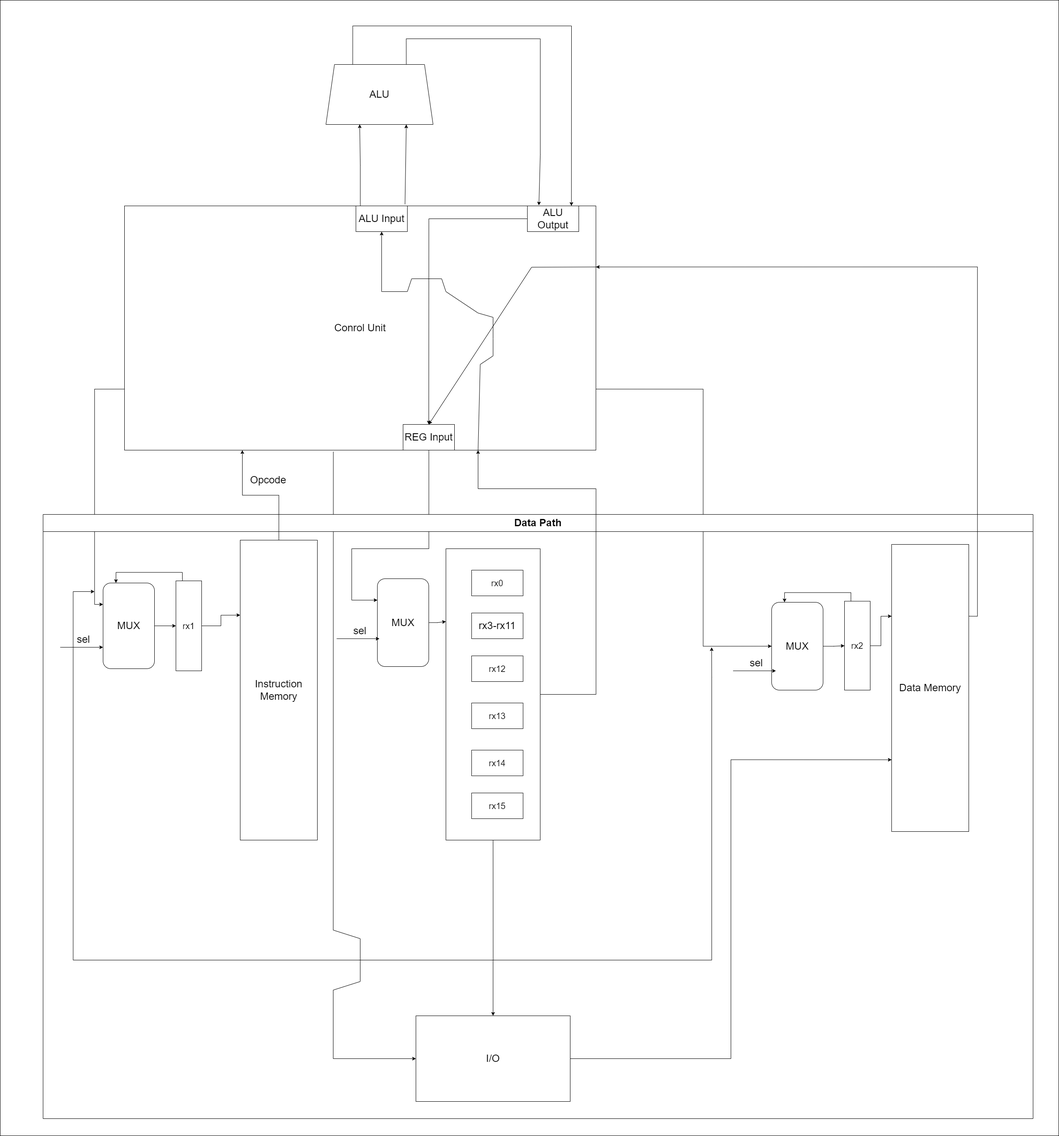
1MikhailStepanov1/Computer-Science-Architecture-lab3 keeps this draw.io diagram as proc.png. Above is the earlier version. Source tidied: cells renumbered, new cells last; positions are measured from the earlier drawing's top-left corner, leaving out a move shared by most shapes. Source of this version:
```xml
<mxGraphModel>
  <root>
    <mxCell id="0" />
    <mxCell id="1" parent="0" />
    <mxCell id="2" style="rounded=0;whiteSpace=wrap;html=1;fontSize=24;" parent="1" vertex="1">
      <mxGeometry width="2470" height="2650" as="geometry" />
    </mxCell>
    <mxCell id="3" style="rounded=0;jettySize=auto;html=1;entryX=0;entryY=0.5;entryDx=0;entryDy=0;fontSize=24;exitX=0.443;exitY=1.006;exitDx=0;exitDy=0;exitPerimeter=0;" parent="1" edge="1" source="4" target="33">
      <mxGeometry relative="1" as="geometry">
        <Array as="points">
          <mxPoint x="777" y="2170" />
          <mxPoint x="840" y="2190" />
          <mxPoint x="840" y="2290" />
          <mxPoint x="777" y="2310" />
          <mxPoint x="777" y="2470" />
        </Array>
      </mxGeometry>
    </mxCell>
    <mxCell id="4" value="&lt;font style=&quot;font-size: 24px;&quot;&gt;Conrol Unit&lt;/font&gt;" style="rounded=0;whiteSpace=wrap;html=1;" parent="1" vertex="1">
      <mxGeometry x="290" y="480" width="1100" height="570" as="geometry" />
    </mxCell>
    <mxCell id="5" style="edgeStyle=orthogonalEdgeStyle;rounded=0;jettySize=auto;html=1;entryX=0;entryY=0.25;entryDx=0;entryDy=0;fontSize=24;exitX=0;exitY=0.75;exitDx=0;exitDy=0;" parent="1" edge="1" source="4" target="17">
      <mxGeometry relative="1" as="geometry" />
    </mxCell>
    <mxCell id="6" style="edgeStyle=orthogonalEdgeStyle;rounded=0;jettySize=auto;html=1;fontSize=24;exitX=1;exitY=0.75;exitDx=0;exitDy=0;entryX=0;entryY=0.5;entryDx=0;entryDy=0;" parent="1" edge="1" source="4" target="24">
      <mxGeometry relative="1" as="geometry">
        <Array as="points">
          <mxPoint x="1640" y="907" />
          <mxPoint x="1640" y="1507" />
        </Array>
      </mxGeometry>
    </mxCell>
    <mxCell id="7" style="edgeStyle=orthogonalEdgeStyle;rounded=0;jettySize=auto;html=1;fontSize=24;entryX=0;entryY=0.25;entryDx=0;entryDy=0;" parent="1" edge="1" source="4" target="37">
      <mxGeometry relative="1" as="geometry">
        <Array as="points">
          <mxPoint x="1000" y="1280" />
          <mxPoint x="820" y="1280" />
          <mxPoint x="820" y="1400" />
          <mxPoint x="880" y="1400" />
        </Array>
      </mxGeometry>
    </mxCell>
    <mxCell id="8" style="edgeStyle=orthogonalEdgeStyle;rounded=0;jettySize=auto;html=1;entryX=0.315;entryY=0.998;entryDx=0;entryDy=0;entryPerimeter=0;fontSize=24;" parent="1" edge="1" source="4" target="48">
      <mxGeometry relative="1" as="geometry" />
    </mxCell>
    <mxCell id="9" value="Data Path" style="swimlane;whiteSpace=wrap;html=1;fontSize=24;startSize=40;" parent="1" vertex="1">
      <mxGeometry x="100" y="1200" width="2310" height="1410" as="geometry" />
    </mxCell>
    <mxCell id="10" style="rounded=0;whiteSpace=wrap;html=1;fontSize=24;" parent="9" vertex="1">
      <mxGeometry x="940" y="80" width="220" height="680" as="geometry" />
    </mxCell>
    <mxCell id="11" value="Instruction Memory" style="rounded=0;whiteSpace=wrap;html=1;fontSize=24;" parent="9" vertex="1">
      <mxGeometry x="460" y="60" width="180" height="700" as="geometry" />
    </mxCell>
    <mxCell id="12" value="Data Memory" style="rounded=0;whiteSpace=wrap;html=1;fontSize=24;" parent="9" vertex="1">
      <mxGeometry x="1980" y="70" width="180" height="670" as="geometry" />
    </mxCell>
    <mxCell id="13" style="edgeStyle=orthogonalEdgeStyle;rounded=0;jettySize=auto;html=1;entryX=0;entryY=0.25;entryDx=0;entryDy=0;fontSize=24;" parent="9" edge="1" source="15" target="11">
      <mxGeometry relative="1" as="geometry" />
    </mxCell>
    <mxCell id="14" style="edgeStyle=orthogonalEdgeStyle;rounded=0;jettySize=auto;html=1;entryX=0.25;entryY=0;entryDx=0;entryDy=0;fontSize=24;exitX=0.25;exitY=0;exitDx=0;exitDy=0;" parent="9" edge="1" source="15" target="17">
      <mxGeometry relative="1" as="geometry" />
    </mxCell>
    <mxCell id="15" value="rx1" style="rounded=0;whiteSpace=wrap;html=1;fontSize=20;" parent="9" vertex="1">
      <mxGeometry x="310" y="155" width="60" height="210" as="geometry" />
    </mxCell>
    <mxCell id="16" style="edgeStyle=orthogonalEdgeStyle;rounded=0;jettySize=auto;html=1;fontSize=24;" parent="9" edge="1" source="17" target="15">
      <mxGeometry relative="1" as="geometry" />
    </mxCell>
    <mxCell id="17" value="MUX" style="rounded=1;whiteSpace=wrap;html=1;fontSize=24;" parent="9" vertex="1">
      <mxGeometry x="140" y="160" width="120" height="200" as="geometry" />
    </mxCell>
    <mxCell id="18" style="endArrow=classic;html=1;rounded=0;fontSize=24;entryX=0;entryY=0.75;entryDx=0;entryDy=0;" parent="9" edge="1" target="17">
      <mxGeometry relative="1" as="geometry">
        <mxPoint x="40" y="310" as="sourcePoint" />
      </mxGeometry>
    </mxCell>
    <mxCell id="19" value="sel" style="edgeLabel;html=1;align=center;verticalAlign=middle;fontSize=24;" parent="18" vertex="1">
      <mxGeometry x="0.32" relative="1" as="geometry">
        <mxPoint x="-16" y="-20" as="offset" />
      </mxGeometry>
    </mxCell>
    <mxCell id="20" style="edgeStyle=orthogonalEdgeStyle;rounded=0;jettySize=auto;html=1;fontSize=24;entryX=0;entryY=0.25;entryDx=0;entryDy=0;" parent="9" edge="1" source="22" target="12">
      <mxGeometry relative="1" as="geometry" />
    </mxCell>
    <mxCell id="21" style="edgeStyle=orthogonalEdgeStyle;rounded=0;jettySize=auto;html=1;exitX=0.25;exitY=0;exitDx=0;exitDy=0;entryX=0.25;entryY=0;entryDx=0;entryDy=0;fontSize=24;" parent="9" edge="1" source="22" target="24">
      <mxGeometry relative="1" as="geometry" />
    </mxCell>
    <mxCell id="22" value="rx2" style="rounded=0;whiteSpace=wrap;html=1;fontSize=20;" parent="9" vertex="1">
      <mxGeometry x="1870" y="202.5" width="60" height="207.5" as="geometry" />
    </mxCell>
    <mxCell id="23" style="edgeStyle=orthogonalEdgeStyle;rounded=0;jettySize=auto;html=1;fontSize=24;" parent="9" edge="1" source="24" target="22">
      <mxGeometry relative="1" as="geometry" />
    </mxCell>
    <mxCell id="24" value="MUX" style="rounded=1;whiteSpace=wrap;html=1;fontSize=24;" parent="9" vertex="1">
      <mxGeometry x="1700" y="205" width="120" height="205" as="geometry" />
    </mxCell>
    <mxCell id="25" style="endArrow=classic;html=1;rounded=0;fontSize=24;entryX=0;entryY=0.75;entryDx=0;entryDy=0;" parent="9" edge="1">
      <mxGeometry relative="1" as="geometry">
        <mxPoint x="1610" y="365" as="sourcePoint" />
        <mxPoint x="1710" y="365" as="targetPoint" />
      </mxGeometry>
    </mxCell>
    <mxCell id="26" value="sel" style="edgeLabel;html=1;align=center;verticalAlign=middle;fontSize=24;" parent="25" vertex="1">
      <mxGeometry x="0.32" relative="1" as="geometry">
        <mxPoint x="-16" y="-20" as="offset" />
      </mxGeometry>
    </mxCell>
    <mxCell id="27" value="rx15" style="rounded=0;whiteSpace=wrap;html=1;fontSize=20;" parent="9" vertex="1">
      <mxGeometry x="1000" y="650" width="120" height="60" as="geometry" />
    </mxCell>
    <mxCell id="28" value="rx14" style="rounded=0;whiteSpace=wrap;html=1;fontSize=20;" parent="9" vertex="1">
      <mxGeometry x="1000" y="550" width="120" height="60" as="geometry" />
    </mxCell>
    <mxCell id="29" value="rx13" style="rounded=0;whiteSpace=wrap;html=1;fontSize=20;" parent="9" vertex="1">
      <mxGeometry x="1000" y="440" width="120" height="60" as="geometry" />
    </mxCell>
    <mxCell id="30" value="rx12" style="rounded=0;whiteSpace=wrap;html=1;fontSize=20;" parent="9" vertex="1">
      <mxGeometry x="1000" y="330" width="120" height="60" as="geometry" />
    </mxCell>
    <mxCell id="31" value="rx3-rx11" style="rounded=0;whiteSpace=wrap;html=1;fontSize=24;" parent="9" vertex="1">
      <mxGeometry x="1000" y="230" width="120" height="60" as="geometry" />
    </mxCell>
    <mxCell id="32" value="rx0" style="rounded=0;whiteSpace=wrap;html=1;fontSize=20;" parent="9" vertex="1">
      <mxGeometry x="1000" y="130" width="120" height="60" as="geometry" />
    </mxCell>
    <mxCell id="33" value="I/O" style="rounded=0;whiteSpace=wrap;html=1;fontSize=24;" parent="9" vertex="1">
      <mxGeometry x="870" y="1170" width="360" height="200" as="geometry" />
    </mxCell>
    <mxCell id="34" style="endArrow=classic;html=1;rounded=0;fontSize=24;entryX=0.5;entryY=0;entryDx=0;entryDy=0;" parent="9" edge="1" target="33">
      <mxGeometry relative="1" as="geometry">
        <mxPoint x="1050" y="1040" as="sourcePoint" />
      </mxGeometry>
    </mxCell>
    <mxCell id="35" style="edgeStyle=orthogonalEdgeStyle;rounded=0;jettySize=auto;html=1;fontSize=24;entryX=0;entryY=0.75;entryDx=0;entryDy=0;" parent="9" edge="1" source="33" target="12">
      <mxGeometry relative="1" as="geometry" />
    </mxCell>
    <mxCell id="36" style="edgeStyle=orthogonalEdgeStyle;rounded=0;jettySize=auto;html=1;fontSize=24;entryX=0;entryY=0.25;entryDx=0;entryDy=0;" parent="9" edge="1" source="37" target="10">
      <mxGeometry relative="1" as="geometry" />
    </mxCell>
    <mxCell id="37" value="MUX" style="rounded=1;whiteSpace=wrap;html=1;fontSize=24;" parent="9" vertex="1">
      <mxGeometry x="780" y="150" width="120" height="205" as="geometry" />
    </mxCell>
    <mxCell id="38" style="endArrow=classic;html=1;rounded=0;fontSize=24;entryX=0;entryY=0.75;entryDx=0;entryDy=0;" parent="9" edge="1">
      <mxGeometry relative="1" as="geometry">
        <mxPoint x="685" y="290" as="sourcePoint" />
        <mxPoint x="785" y="290" as="targetPoint" />
      </mxGeometry>
    </mxCell>
    <mxCell id="39" value="sel" style="edgeLabel;html=1;align=center;verticalAlign=middle;fontSize=24;" parent="38" vertex="1">
      <mxGeometry x="0.32" relative="1" as="geometry">
        <mxPoint x="-16" y="-20" as="offset" />
      </mxGeometry>
    </mxCell>
    <mxCell id="40" style="edgeStyle=orthogonalEdgeStyle;rounded=0;jettySize=auto;html=1;entryX=0.25;entryY=1;entryDx=0;entryDy=0;fontSize=24;" parent="1" edge="1" source="11" target="4">
      <mxGeometry relative="1" as="geometry" />
    </mxCell>
    <mxCell id="41" value="Opcode" style="text;html=1;align=center;verticalAlign=middle;strokeColor=none;fillColor=none;fontSize=24;" parent="1" vertex="1">
      <mxGeometry x="570" y="1100" width="110" height="40" as="geometry" />
    </mxCell>
    <mxCell id="42" style="edgeStyle=orthogonalEdgeStyle;rounded=0;jettySize=auto;html=1;entryX=1;entryY=0.25;entryDx=0;entryDy=0;fontSize=24;exitX=1;exitY=0.25;exitDx=0;exitDy=0;" parent="1" edge="1" source="12" target="4">
      <mxGeometry relative="1" as="geometry" />
    </mxCell>
    <mxCell id="43" style="edgeStyle=orthogonalEdgeStyle;rounded=0;jettySize=auto;html=1;fontSize=24;exitX=0.5;exitY=1;exitDx=0;exitDy=0;" parent="1" edge="1" source="10">
      <mxGeometry relative="1" as="geometry">
        <mxPoint x="220" y="1380" as="targetPoint" />
        <Array as="points">
          <mxPoint x="1200" y="2240" />
          <mxPoint x="170" y="2240" />
          <mxPoint x="170" y="1360" />
        </Array>
      </mxGeometry>
    </mxCell>
    <mxCell id="44" style="edgeStyle=orthogonalEdgeStyle;rounded=0;orthogonalLoop=1;jettySize=auto;html=1;fontSize=24;" parent="1" edge="1">
      <mxGeometry relative="1" as="geometry">
        <mxPoint x="1190" y="2240" as="sourcePoint" />
        <mxPoint x="1660" y="1510" as="targetPoint" />
        <Array as="points">
          <mxPoint x="1660" y="2240" />
          <mxPoint x="1660" y="1580" />
        </Array>
      </mxGeometry>
    </mxCell>
    <mxCell id="45" style="edgeStyle=orthogonalEdgeStyle;rounded=0;jettySize=auto;html=1;fontSize=24;entryX=0.75;entryY=1;entryDx=0;entryDy=0;exitX=1;exitY=0.5;exitDx=0;exitDy=0;" parent="1" edge="1" source="10" target="4">
      <mxGeometry relative="1" as="geometry">
        <Array as="points">
          <mxPoint x="1390" y="1620" />
          <mxPoint x="1390" y="1140" />
          <mxPoint x="1115" y="1140" />
        </Array>
      </mxGeometry>
    </mxCell>
    <mxCell id="46" style="edgeStyle=orthogonalEdgeStyle;rounded=0;jettySize=auto;html=1;entryX=0.879;entryY=-0.002;entryDx=0;entryDy=0;entryPerimeter=0;fontSize=24;exitX=0.75;exitY=0;exitDx=0;exitDy=0;" parent="1" edge="1" source="48" target="4">
      <mxGeometry relative="1" as="geometry">
        <Array as="points">
          <mxPoint x="948" y="90" />
          <mxPoint x="1260" y="90" />
          <mxPoint x="1260" y="360" />
          <mxPoint x="1257" y="360" />
        </Array>
      </mxGeometry>
    </mxCell>
    <mxCell id="47" style="edgeStyle=orthogonalEdgeStyle;rounded=0;jettySize=auto;html=1;exitX=0.25;exitY=0;exitDx=0;exitDy=0;entryX=0.948;entryY=0;entryDx=0;entryDy=0;entryPerimeter=0;fontSize=24;" parent="1" edge="1" source="48" target="4">
      <mxGeometry relative="1" as="geometry">
        <Array as="points">
          <mxPoint x="823" y="60" />
          <mxPoint x="1333" y="60" />
        </Array>
      </mxGeometry>
    </mxCell>
    <mxCell id="48" value="ALU" style="shape=trapezoid;perimeter=trapezoidPerimeter;whiteSpace=wrap;html=1;fixedSize=1;fontSize=24;" parent="1" vertex="1">
      <mxGeometry x="760" y="150" width="250" height="140" as="geometry" />
    </mxCell>
    <mxCell id="49" style="rounded=0;jettySize=auto;html=1;fontSize=24;entryX=0.75;entryY=1;entryDx=0;entryDy=0;exitX=0.595;exitY=-0.006;exitDx=0;exitDy=0;exitPerimeter=0;" parent="1" edge="1" source="4" target="48">
      <mxGeometry relative="1" as="geometry" />
    </mxCell>
    <mxCell id="50" value="ALU Input" style="rounded=0;whiteSpace=wrap;html=1;fontSize=24;" parent="1" vertex="1">
      <mxGeometry x="830" y="480" width="120" height="60" as="geometry" />
    </mxCell>
    <mxCell id="51" style="endArrow=classic;html=1;rounded=0;fontSize=24;entryX=0.5;entryY=1;entryDx=0;entryDy=0;exitX=0.75;exitY=1;exitDx=0;exitDy=0;elbow=vertical;" parent="1" edge="1" source="4" target="50">
      <mxGeometry relative="1" as="geometry">
        <Array as="points">
          <mxPoint x="1120" y="850" />
          <mxPoint x="1150" y="830" />
          <mxPoint x="1150" y="790" />
          <mxPoint x="1150" y="740" />
          <mxPoint x="1115" y="730" />
          <mxPoint x="1040" y="680" />
          <mxPoint x="1030" y="650" />
          <mxPoint x="960" y="650" />
          <mxPoint x="950" y="680" />
          <mxPoint x="890" y="680" />
        </Array>
      </mxGeometry>
    </mxCell>
    <mxCell id="52" value="REG Input" style="rounded=0;whiteSpace=wrap;html=1;fontSize=24;" parent="1" vertex="1">
      <mxGeometry x="940" y="990" width="120" height="60" as="geometry" />
    </mxCell>
    <mxCell id="53" style="edgeStyle=orthogonalEdgeStyle;rounded=0;jettySize=auto;html=1;entryX=0.5;entryY=0;entryDx=0;entryDy=0;fontSize=24;" parent="1" edge="1" source="54" target="52">
      <mxGeometry relative="1" as="geometry" />
    </mxCell>
    <mxCell id="54" value="ALU Output" style="rounded=0;whiteSpace=wrap;html=1;fontSize=24;" parent="1" vertex="1">
      <mxGeometry x="1230" y="480" width="120" height="60" as="geometry" />
    </mxCell>
    <mxCell id="55" style="endArrow=classic;html=1;rounded=0;fontSize=24;exitX=1;exitY=0.25;exitDx=0;exitDy=0;entryX=0.5;entryY=0;entryDx=0;entryDy=0;" parent="1" edge="1" source="4" target="52">
      <mxGeometry relative="1" as="geometry">
        <Array as="points">
          <mxPoint x="1240" y="623" />
        </Array>
      </mxGeometry>
    </mxCell>
  </root>
</mxGraphModel>
```
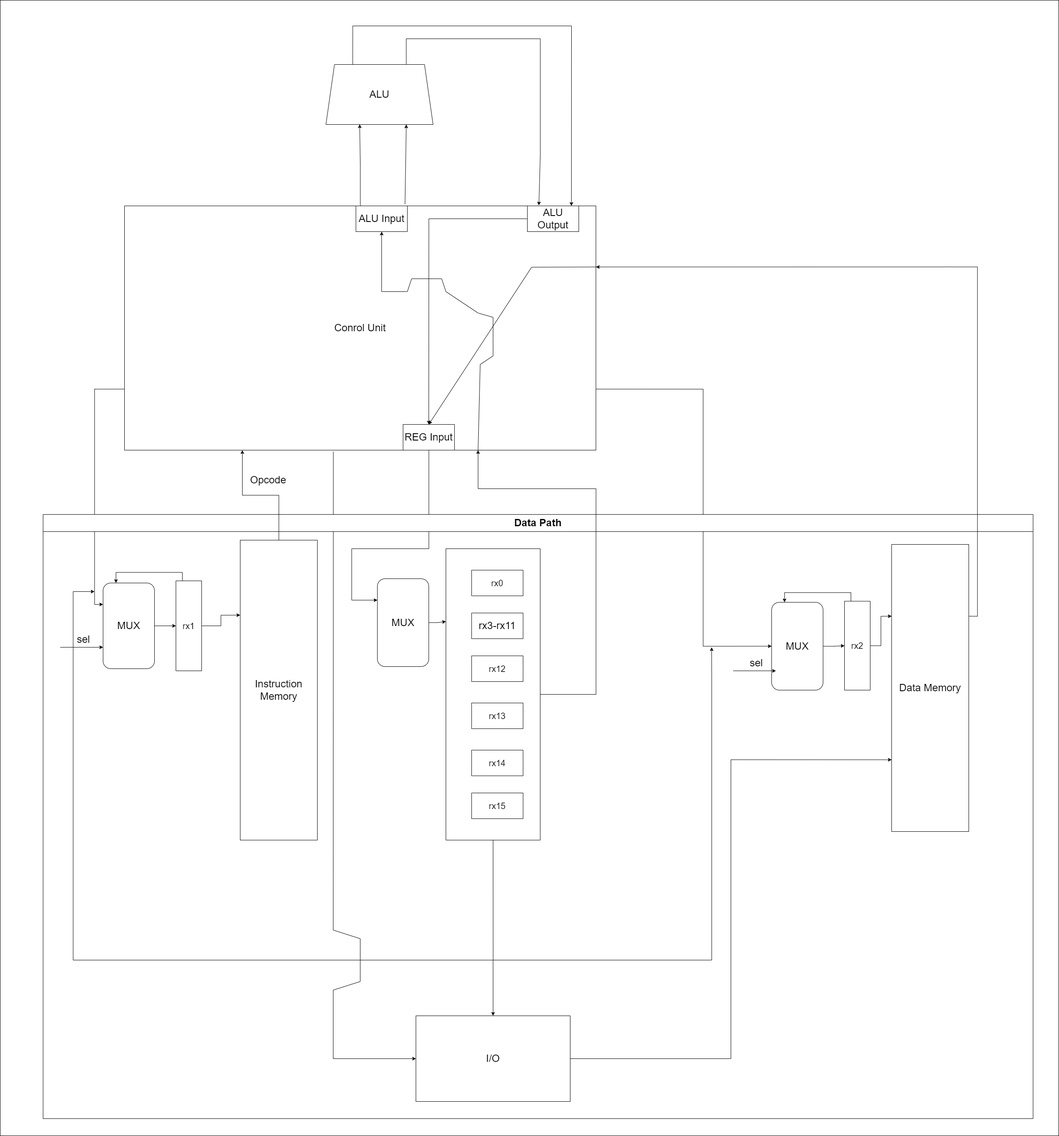
After the change.

The edit, as a diff of the source:
```diff
@@ -141,17 +141,6 @@
     <mxCell id="37" value="MUX" style="rounded=1;whiteSpace=wrap;html=1;fontSize=24;" parent="9" vertex="1">
       <mxGeometry x="780" y="150" width="120" height="205" as="geometry" />
     </mxCell>
-    <mxCell id="38" style="endArrow=classic;html=1;rounded=0;fontSize=24;entryX=0;entryY=0.75;entryDx=0;entryDy=0;" parent="9" edge="1">
-      <mxGeometry relative="1" as="geometry">
-        <mxPoint x="685" y="290" as="sourcePoint" />
-        <mxPoint x="785" y="290" as="targetPoint" />
-      </mxGeometry>
-    </mxCell>
-    <mxCell id="39" value="sel" style="edgeLabel;html=1;align=center;verticalAlign=middle;fontSize=24;" parent="38" vertex="1">
-      <mxGeometry x="0.32" relative="1" as="geometry">
-        <mxPoint x="-16" y="-20" as="offset" />
-      </mxGeometry>
-    </mxCell>
     <mxCell id="40" style="edgeStyle=orthogonalEdgeStyle;rounded=0;jettySize=auto;html=1;entryX=0.25;entryY=1;entryDx=0;entryDy=0;fontSize=24;" parent="1" edge="1" source="11" target="4">
       <mxGeometry relative="1" as="geometry" />
     </mxCell>
```
